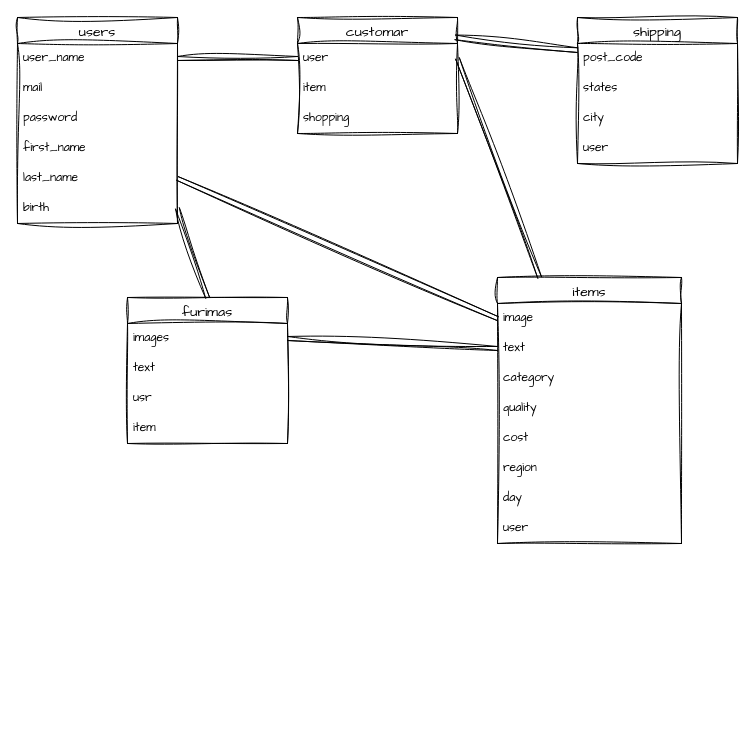
tyabashira/furima-39711 keeps this draw.io diagram as furima.dio. Above is the earlier version. Source tidied: cells renumbered, new cells numbered last; positions are measured from the earlier drawing's top-left corner, leaving out a move shared by most shapes. Both pictures are drawn from the tidied source at 100%, with x=0, y=0 at pixel (17, 17).
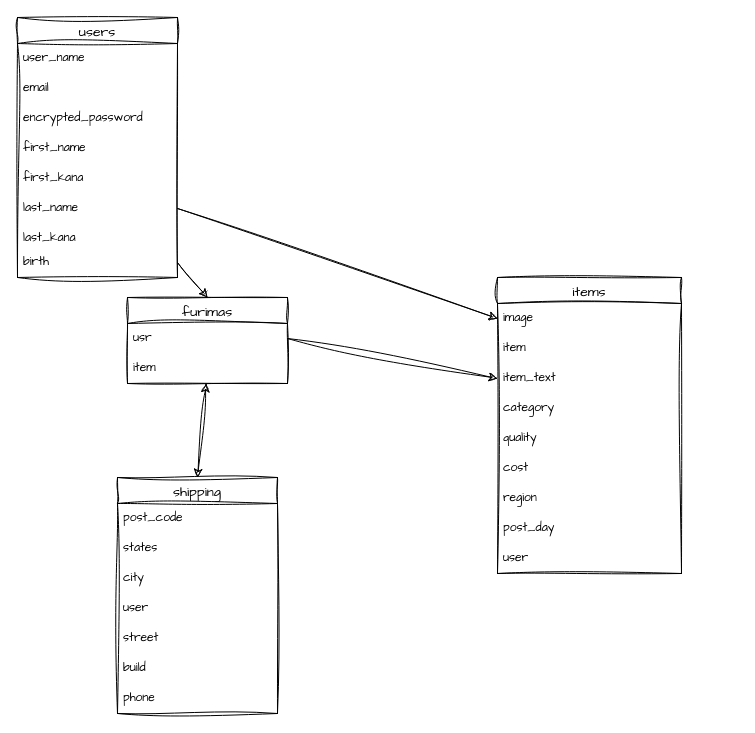
The same page after the edit.

Unchanged cells that the change refers to:
```xml
<mxCell id="3" value="user_name" style="text;strokeColor=none;fillColor=none;spacingLeft=4;spacingRight=4;overflow=hidden;points=[[0,0.5],[1,0.5]];portConstraint=eastwest;fontSize=12;sketch=1;hachureGap=4;jiggle=2;curveFitting=1;fontFamily=Architects Daughter;" parent="2" vertex="1">
  <mxGeometry y="26" width="160" height="30" as="geometry" />
</mxCell>
<mxCell id="14" value="post_code" style="text;strokeColor=none;fillColor=none;spacingLeft=4;spacingRight=4;overflow=hidden;points=[[0,0.5],[1,0.5]];portConstraint=eastwest;fontSize=12;sketch=1;hachureGap=4;jiggle=2;curveFitting=1;fontFamily=Architects Daughter;" parent="13" vertex="1">
  <mxGeometry y="26" width="160" height="30" as="geometry" />
</mxCell>
<mxCell id="24" value="image" style="text;strokeColor=none;fillColor=none;spacingLeft=4;spacingRight=4;overflow=hidden;points=[[0,0.5],[1,0.5]];portConstraint=eastwest;fontSize=12;sketch=1;hachureGap=4;jiggle=2;curveFitting=1;fontFamily=Architects Daughter;" parent="23" vertex="1">
  <mxGeometry y="26" width="184" height="30" as="geometry" />
</mxCell>
```

What changed in the source:
```diff
@@
     <mxCell id="2" value="users" style="swimlane;fontStyle=0;horizontal=1;startSize=26;align=center;fontSize=14;sketch=1;hachureGap=4;jiggle=2;curveFitting=1;fontFamily=Architects Daughter;" parent="1" vertex="1">
-      <mxGeometry width="160" height="206" as="geometry" />
+      <mxGeometry width="160" height="260" as="geometry" />
     </mxCell>
@@
-    <mxCell id="4" value="mail" style="text;strokeColor=none;fillColor=none;spacingLeft=4;spacingRight=4;overflow=hidden;fontSize=12;sketch=1;hachureGap=4;jiggle=2;curveFitting=1;fontFamily=Architects Daughter;" parent="2" vertex="1">
+    <mxCell id="4" value="email" style="text;strokeColor=none;fillColor=none;spacingLeft=4;spacingRight=4;overflow=hidden;fontSize=12;sketch=1;hachureGap=4;jiggle=2;curveFitting=1;fontFamily=Architects Daughter;" parent="2" vertex="1">
       <mxGeometry y="56" width="160" height="30" as="geometry" />
     </mxCell>
-    <mxCell id="5" value="password" style="text;strokeColor=none;fillColor=none;spacingLeft=4;spacingRight=4;overflow=hidden;fontSize=12;sketch=1;hachureGap=4;jiggle=2;curveFitting=1;fontFamily=Architects Daughter;" parent="2" vertex="1">
+    <mxCell id="5" value="encrypted_password" style="text;strokeColor=none;fillColor=none;spacingLeft=4;spacingRight=4;overflow=hidden;fontSize=12;sketch=1;hachureGap=4;jiggle=2;curveFitting=1;fontFamily=Architects Daughter;" parent="2" vertex="1">
       <mxGeometry y="86" width="160" height="30" as="geometry" />
     </mxCell>
@@
+    <mxCell id="38" value="first_kana" style="text;strokeColor=none;fillColor=none;spacingLeft=4;spacingRight=4;overflow=hidden;fontSize=12;sketch=1;hachureGap=4;jiggle=2;curveFitting=1;fontFamily=Architects Daughter;" parent="2" vertex="1">
+      <mxGeometry y="146" width="160" height="30" as="geometry" />
+    </mxCell>
     <mxCell id="7" value="last_name" style="text;strokeColor=none;fillColor=none;spacingLeft=4;spacingRight=4;overflow=hidden;points=[[0,0.5],[1,0.5]];portConstraint=eastwest;fontSize=12;sketch=1;hachureGap=4;jiggle=2;curveFitting=1;fontFamily=Architects Daughter;" parent="2" vertex="1">
-      <mxGeometry y="146" width="160" height="30" as="geometry" />
+      <mxGeometry y="176" width="160" height="30" as="geometry" />
     </mxCell>
+    <mxCell id="39" value="last_kana" style="text;strokeColor=none;fillColor=none;spacingLeft=4;spacingRight=4;overflow=hidden;fontSize=12;sketch=1;hachureGap=4;jiggle=2;curveFitting=1;fontFamily=Architects Daughter;" parent="2" vertex="1">
+      <mxGeometry y="206" width="160" height="24" as="geometry" />
+    </mxCell>
     <mxCell id="8" value="birth" style="text;strokeColor=none;fillColor=none;spacingLeft=4;spacingRight=4;overflow=hidden;points=[[0,0.5],[1,0.5]];portConstraint=eastwest;fontSize=12;sketch=1;hachureGap=4;jiggle=2;curveFitting=1;fontFamily=Architects Daughter;" parent="2" vertex="1">
-      <mxGeometry y="176" width="160" height="30" as="geometry" />
+      <mxGeometry y="230" width="160" height="30" as="geometry" />
     </mxCell>
-    <mxCell id="9" value="customar" style="swimlane;fontStyle=0;horizontal=1;startSize=26;align=center;fontSize=14;sketch=1;hachureGap=4;jiggle=2;curveFitting=1;fontFamily=Architects Daughter;" parent="1" vertex="1">
-      <mxGeometry x="280" width="160" height="116" as="geometry" />
-    </mxCell>
-    <mxCell id="10" value="user" style="text;strokeColor=none;fillColor=none;spacingLeft=4;spacingRight=4;overflow=hidden;points=[[0,0.5],[1,0.5]];portConstraint=eastwest;fontSize=12;sketch=1;hachureGap=4;jiggle=2;curveFitting=1;fontFamily=Architects Daughter;" parent="9" vertex="1">
-      <mxGeometry y="26" width="160" height="30" as="geometry" />
-    </mxCell>
-    <mxCell id="11" value="item" style="text;strokeColor=none;fillColor=none;spacingLeft=4;spacingRight=4;overflow=hidden;fontSize=12;sketch=1;hachureGap=4;jiggle=2;curveFitting=1;fontFamily=Architects Daughter;" parent="9" vertex="1">
-      <mxGeometry y="56" width="160" height="30" as="geometry" />
-    </mxCell>
-    <mxCell id="12" value="shopping" style="text;strokeColor=none;fillColor=none;spacingLeft=4;spacingRight=4;overflow=hidden;fontSize=12;sketch=1;hachureGap=4;jiggle=2;curveFitting=1;fontFamily=Architects Daughter;" parent="9" vertex="1">
-      <mxGeometry y="86" width="160" height="30" as="geometry" />
-    </mxCell>
     <mxCell id="13" value="shipping" style="swimlane;fontStyle=0;horizontal=1;startSize=26;align=center;fontSize=14;sketch=1;hachureGap=4;jiggle=2;curveFitting=1;fontFamily=Architects Daughter;" parent="1" vertex="1">
-      <mxGeometry x="560" width="160" height="146" as="geometry" />
+      <mxGeometry x="100" y="460" width="160" height="236" as="geometry" />
     </mxCell>
@@
+    <mxCell id="40" value="street" style="text;strokeColor=none;fillColor=none;spacingLeft=4;spacingRight=4;overflow=hidden;fontSize=12;sketch=1;hachureGap=4;jiggle=2;curveFitting=1;fontFamily=Architects Daughter;" parent="13" vertex="1">
+      <mxGeometry y="146" width="160" height="30" as="geometry" />
+    </mxCell>
+    <mxCell id="41" value="build" style="text;strokeColor=none;fillColor=none;spacingLeft=4;spacingRight=4;overflow=hidden;fontSize=12;sketch=1;hachureGap=4;jiggle=2;curveFitting=1;fontFamily=Architects Daughter;" parent="13" vertex="1">
+      <mxGeometry y="176" width="160" height="30" as="geometry" />
+    </mxCell>
+    <mxCell id="42" value="phone" style="text;strokeColor=none;fillColor=none;spacingLeft=4;spacingRight=4;overflow=hidden;fontSize=12;sketch=1;hachureGap=4;jiggle=2;curveFitting=1;fontFamily=Architects Daughter;" parent="13" vertex="1">
+      <mxGeometry y="206" width="160" height="30" as="geometry" />
+    </mxCell>
     <mxCell id="18" value="furimas" style="swimlane;fontStyle=0;horizontal=1;startSize=26;align=center;fontSize=14;sketch=1;hachureGap=4;jiggle=2;curveFitting=1;fontFamily=Architects Daughter;" parent="1" vertex="1">
-      <mxGeometry x="110" y="280" width="160" height="146" as="geometry" />
+      <mxGeometry x="110" y="280" width="160" height="86" as="geometry" />
     </mxCell>
-    <mxCell id="19" value="images" style="text;strokeColor=none;fillColor=none;spacingLeft=4;spacingRight=4;overflow=hidden;points=[[0,0.5],[1,0.5]];portConstraint=eastwest;fontSize=12;sketch=1;hachureGap=4;jiggle=2;curveFitting=1;fontFamily=Architects Daughter;" parent="18" vertex="1">
-      <mxGeometry y="26" width="160" height="30" as="geometry" />
-    </mxCell>
-    <mxCell id="20" value="text" style="text;strokeColor=none;fillColor=none;spacingLeft=4;spacingRight=4;overflow=hidden;fontSize=12;sketch=1;hachureGap=4;jiggle=2;curveFitting=1;fontFamily=Architects Daughter;" parent="18" vertex="1">
-      <mxGeometry y="56" width="160" height="30" as="geometry" />
-    </mxCell>
     <mxCell id="21" value="usr" style="text;strokeColor=none;fillColor=none;spacingLeft=4;spacingRight=4;overflow=hidden;fontSize=12;sketch=1;hachureGap=4;jiggle=2;curveFitting=1;fontFamily=Architects Daughter;" parent="18" vertex="1">
-      <mxGeometry y="86" width="160" height="30" as="geometry" />
+      <mxGeometry y="26" width="160" height="30" as="geometry" />
     </mxCell>
     <mxCell id="22" value="item" style="text;strokeColor=none;fillColor=none;spacingLeft=4;spacingRight=4;overflow=hidden;points=[[0,0.5],[1,0.5]];portConstraint=eastwest;fontSize=12;sketch=1;hachureGap=4;jiggle=2;curveFitting=1;fontFamily=Architects Daughter;" parent="18" vertex="1">
-      <mxGeometry y="116" width="160" height="30" as="geometry" />
+      <mxGeometry y="56" width="160" height="30" as="geometry" />
     </mxCell>
     <mxCell id="23" value="items" style="swimlane;fontStyle=0;horizontal=1;startSize=26;align=center;fontSize=14;sketch=1;hachureGap=4;jiggle=2;curveFitting=1;fontFamily=Architects Daughter;" parent="1" vertex="1">
-      <mxGeometry x="480" y="260" width="184" height="266" as="geometry" />
+      <mxGeometry x="480" y="260" width="184" height="296" as="geometry" />
     </mxCell>
@@
+    <mxCell id="11" value="item" style="text;strokeColor=none;fillColor=none;spacingLeft=4;spacingRight=4;overflow=hidden;fontSize=12;sketch=1;hachureGap=4;jiggle=2;curveFitting=1;fontFamily=Architects Daughter;" parent="23" vertex="1">
+      <mxGeometry y="56" width="184" height="30" as="geometry" />
+    </mxCell>
-    <mxCell id="25" value="text" style="text;strokeColor=none;fillColor=none;spacingLeft=4;spacingRight=4;overflow=hidden;points=[[0,0.5],[1,0.5]];portConstraint=eastwest;fontSize=12;sketch=1;hachureGap=4;jiggle=2;curveFitting=1;fontFamily=Architects Daughter;" parent="23" vertex="1">
-      <mxGeometry y="56" width="184" height="30" as="geometry" />
+    <mxCell id="25" value="item_text" style="text;strokeColor=none;fillColor=none;spacingLeft=4;spacingRight=4;overflow=hidden;points=[[0,0.5],[1,0.5]];portConstraint=eastwest;fontSize=12;sketch=1;hachureGap=4;jiggle=2;curveFitting=1;fontFamily=Architects Daughter;" parent="23" vertex="1">
+      <mxGeometry y="86" width="184" height="30" as="geometry" />
     </mxCell>
     <mxCell id="26" value="category" style="text;strokeColor=none;fillColor=none;spacingLeft=4;spacingRight=4;overflow=hidden;fontSize=12;sketch=1;hachureGap=4;jiggle=2;curveFitting=1;fontFamily=Architects Daughter;" parent="23" vertex="1">
-      <mxGeometry y="86" width="184" height="30" as="geometry" />
+      <mxGeometry y="116" width="184" height="30" as="geometry" />
     </mxCell>
     <mxCell id="27" value="quality" style="text;strokeColor=none;fillColor=none;spacingLeft=4;spacingRight=4;overflow=hidden;fontSize=12;sketch=1;hachureGap=4;jiggle=2;curveFitting=1;fontFamily=Architects Daughter;" parent="23" vertex="1">
-      <mxGeometry y="116" width="184" height="30" as="geometry" />
+      <mxGeometry y="146" width="184" height="30" as="geometry" />
     </mxCell>
     <mxCell id="28" value="cost" style="text;strokeColor=none;fillColor=none;spacingLeft=4;spacingRight=4;overflow=hidden;fontSize=12;sketch=1;hachureGap=4;jiggle=2;curveFitting=1;fontFamily=Architects Daughter;" parent="23" vertex="1">
-      <mxGeometry y="146" width="184" height="30" as="geometry" />
+      <mxGeometry y="176" width="184" height="30" as="geometry" />
     </mxCell>
     <mxCell id="29" value="region" style="text;strokeColor=none;fillColor=none;spacingLeft=4;spacingRight=4;overflow=hidden;fontSize=12;sketch=1;hachureGap=4;jiggle=2;curveFitting=1;fontFamily=Architects Daughter;" parent="23" vertex="1">
-      <mxGeometry y="176" width="184" height="30" as="geometry" />
+      <mxGeometry y="206" width="184" height="30" as="geometry" />
     </mxCell>
-    <mxCell id="30" value="day" style="text;strokeColor=none;fillColor=none;spacingLeft=4;spacingRight=4;overflow=hidden;fontSize=12;sketch=1;hachureGap=4;jiggle=2;curveFitting=1;fontFamily=Architects Daughter;" parent="23" vertex="1">
-      <mxGeometry y="206" width="184" height="30" as="geometry" />
+    <mxCell id="30" value="post_day" style="text;strokeColor=none;fillColor=none;spacingLeft=4;spacingRight=4;overflow=hidden;fontSize=12;sketch=1;hachureGap=4;jiggle=2;curveFitting=1;fontFamily=Architects Daughter;" parent="23" vertex="1">
+      <mxGeometry y="236" width="184" height="30" as="geometry" />
     </mxCell>
     <mxCell id="31" value="user" style="text;strokeColor=none;fillColor=none;spacingLeft=4;spacingRight=4;overflow=hidden;fontSize=12;sketch=1;hachureGap=4;jiggle=2;curveFitting=1;fontFamily=Architects Daughter;" parent="23" vertex="1">
-      <mxGeometry y="236" width="184" height="30" as="geometry" />
+      <mxGeometry y="266" width="184" height="30" as="geometry" />
     </mxCell>
-    <mxCell id="32" style="edgeStyle=none;shape=link;sketch=1;hachureGap=4;jiggle=2;curveFitting=1;html=1;exitX=1;exitY=0.5;exitDx=0;exitDy=0;fontFamily=Architects Daughter;fontSize=16;entryX=0;entryY=0.5;entryDx=0;entryDy=0;" parent="1" edge="1" source="7" target="24">
+    <mxCell id="32" style="edgeStyle=none;sketch=1;hachureGap=4;jiggle=2;curveFitting=1;html=1;exitX=1;exitY=0.5;exitDx=0;exitDy=0;fontFamily=Architects Daughter;fontSize=16;entryX=0;entryY=0.5;entryDx=0;entryDy=0;" parent="1" edge="1" source="7" target="24">
       <mxGeometry relative="1" as="geometry" />
     </mxCell>
-    <mxCell id="33" style="edgeStyle=none;shape=link;sketch=1;hachureGap=4;jiggle=2;curveFitting=1;html=1;exitX=0.986;exitY=-0.204;exitDx=0;exitDy=0;fontFamily=Architects Daughter;fontSize=16;exitPerimeter=0;width=-4.666666666666667;" parent="1" edge="1" source="10" target="14">
-      <mxGeometry relative="1" as="geometry" />
+    <mxCell id="33" style="edgeStyle=none;sketch=1;hachureGap=4;jiggle=2;curveFitting=1;html=1;fontFamily=Architects Daughter;fontSize=16;endArrow=classic;endFill=1;startArrow=classic;startFill=1;" parent="1" edge="1" source="22">
+      <mxGeometry relative="1" as="geometry">
+        <mxPoint x="180" y="460" as="targetPoint" />
+      </mxGeometry>
     </mxCell>
-    <mxCell id="34" style="edgeStyle=none;shape=link;sketch=1;hachureGap=4;jiggle=2;curveFitting=1;html=1;exitX=1;exitY=0.5;exitDx=0;exitDy=0;entryX=0;entryY=0.5;entryDx=0;entryDy=0;fontFamily=Architects Daughter;fontSize=16;" parent="1" edge="1" source="3" target="10">
-      <mxGeometry relative="1" as="geometry" />
-    </mxCell>
-    <mxCell id="35" style="edgeStyle=none;shape=link;sketch=1;hachureGap=4;jiggle=2;curveFitting=1;html=1;exitX=1;exitY=0.5;exitDx=0;exitDy=0;entryX=0.5;entryY=0;entryDx=0;entryDy=0;fontFamily=Architects Daughter;fontSize=16;" parent="1" edge="1" source="8" target="18">
+    <mxCell id="35" style="edgeStyle=none;sketch=1;hachureGap=4;jiggle=2;curveFitting=1;html=1;exitX=1;exitY=0.5;exitDx=0;exitDy=0;entryX=0.5;entryY=0;entryDx=0;entryDy=0;fontFamily=Architects Daughter;fontSize=16;" parent="1" edge="1" source="8" target="18">
       <mxGeometry relative="1" as="geometry" />
     </mxCell>
-    <mxCell id="36" style="edgeStyle=none;shape=link;sketch=1;hachureGap=4;jiggle=2;curveFitting=1;html=1;exitX=1;exitY=0.5;exitDx=0;exitDy=0;entryX=0;entryY=0.5;entryDx=0;entryDy=0;fontFamily=Architects Daughter;fontSize=16;" parent="1" edge="1" source="19" target="25">
-      <mxGeometry relative="1" as="geometry" />
+    <mxCell id="36" style="edgeStyle=none;sketch=1;hachureGap=4;jiggle=2;curveFitting=1;html=1;exitX=1;exitY=0.5;exitDx=0;exitDy=0;entryX=0;entryY=0.5;entryDx=0;entryDy=0;fontFamily=Architects Daughter;fontSize=16;" parent="1" edge="1" target="25">
+      <mxGeometry relative="1" as="geometry">
+        <mxPoint x="270" y="321" as="sourcePoint" />
+      </mxGeometry>
     </mxCell>
-    <mxCell id="37" style="edgeStyle=none;shape=link;sketch=1;hachureGap=4;jiggle=2;curveFitting=1;html=1;exitX=1;exitY=0.5;exitDx=0;exitDy=0;fontFamily=Architects Daughter;fontSize=16;" parent="1" edge="1" source="10" target="23">
-      <mxGeometry relative="1" as="geometry" />
-    </mxCell>
```
